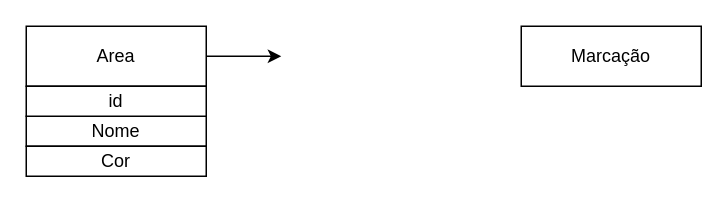
Earlier version of the draw.io diagram AgroCiclo.drawio (dev-pablo-pereira/agro-ciclo). Source tidied: cells renumbered, new cells numbered last; positions are measured from the earlier drawing's top-left corner, leaving out a move shared by most shapes. Both pictures are drawn from the tidied source at 150%, with x=0, y=0 at pixel (26, 26).
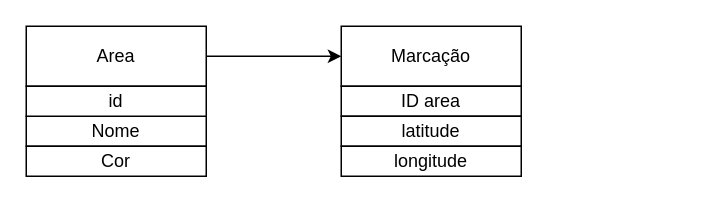
After the change.

Change to the diagram source:
```diff
@@
 <mxGraphModel>
   <root>
     <mxCell id="0" />
     <mxCell id="1" parent="0" />
-    <mxCell id="2" style="edgeStyle=orthogonalEdgeStyle;rounded=0;jettySize=auto;html=1;entryX=0;entryY=0.5;entryDx=0;entryDy=0;" parent="1" edge="1" source="3">
-      <mxGeometry relative="1" as="geometry">
-        <mxPoint x="170" y="20" as="targetPoint" />
-      </mxGeometry>
+    <mxCell id="2" style="edgeStyle=orthogonalEdgeStyle;rounded=0;jettySize=auto;html=1;entryX=0;entryY=0.5;entryDx=0;entryDy=0;" parent="1" edge="1" source="3" target="6">
+      <mxGeometry relative="1" as="geometry" />
     </mxCell>
     <mxCell id="3" value="Area" style="rounded=0;whiteSpace=wrap;html=1;fillColor=default;strokeColor=default;" parent="1" vertex="1">
       <mxGeometry width="120" height="40" as="geometry" />
     </mxCell>
     <mxCell id="4" value="Nome" style="rounded=0;whiteSpace=wrap;html=1;" parent="1" vertex="1">
       <mxGeometry y="60" width="120" height="20" as="geometry" />
     </mxCell>
     <mxCell id="5" value="Cor" style="rounded=0;whiteSpace=wrap;html=1;" parent="1" vertex="1">
       <mxGeometry y="80" width="120" height="20" as="geometry" />
     </mxCell>
     <mxCell id="6" value="Marcação" style="rounded=0;whiteSpace=wrap;html=1;" parent="1" vertex="1">
-      <mxGeometry x="330" width="120" height="40" as="geometry" />
+      <mxGeometry x="210" width="120" height="40" as="geometry" />
     </mxCell>
     <mxCell id="7" value="id" style="rounded=0;whiteSpace=wrap;html=1;" parent="1" vertex="1">
       <mxGeometry y="40" width="120" height="20" as="geometry" />
     </mxCell>
+    <mxCell id="8" value="ID area" style="rounded=0;whiteSpace=wrap;html=1;" parent="1" vertex="1">
+      <mxGeometry x="210" y="40" width="120" height="20" as="geometry" />
+    </mxCell>
+    <mxCell id="9" value="latitude" style="rounded=0;whiteSpace=wrap;html=1;" parent="1" vertex="1">
+      <mxGeometry x="210" y="60" width="120" height="20" as="geometry" />
+    </mxCell>
+    <mxCell id="10" value="longitude" style="rounded=0;whiteSpace=wrap;html=1;" parent="1" vertex="1">
+      <mxGeometry x="210" y="80" width="120" height="20" as="geometry" />
+    </mxCell>
   </root>
 </mxGraphModel>
```
